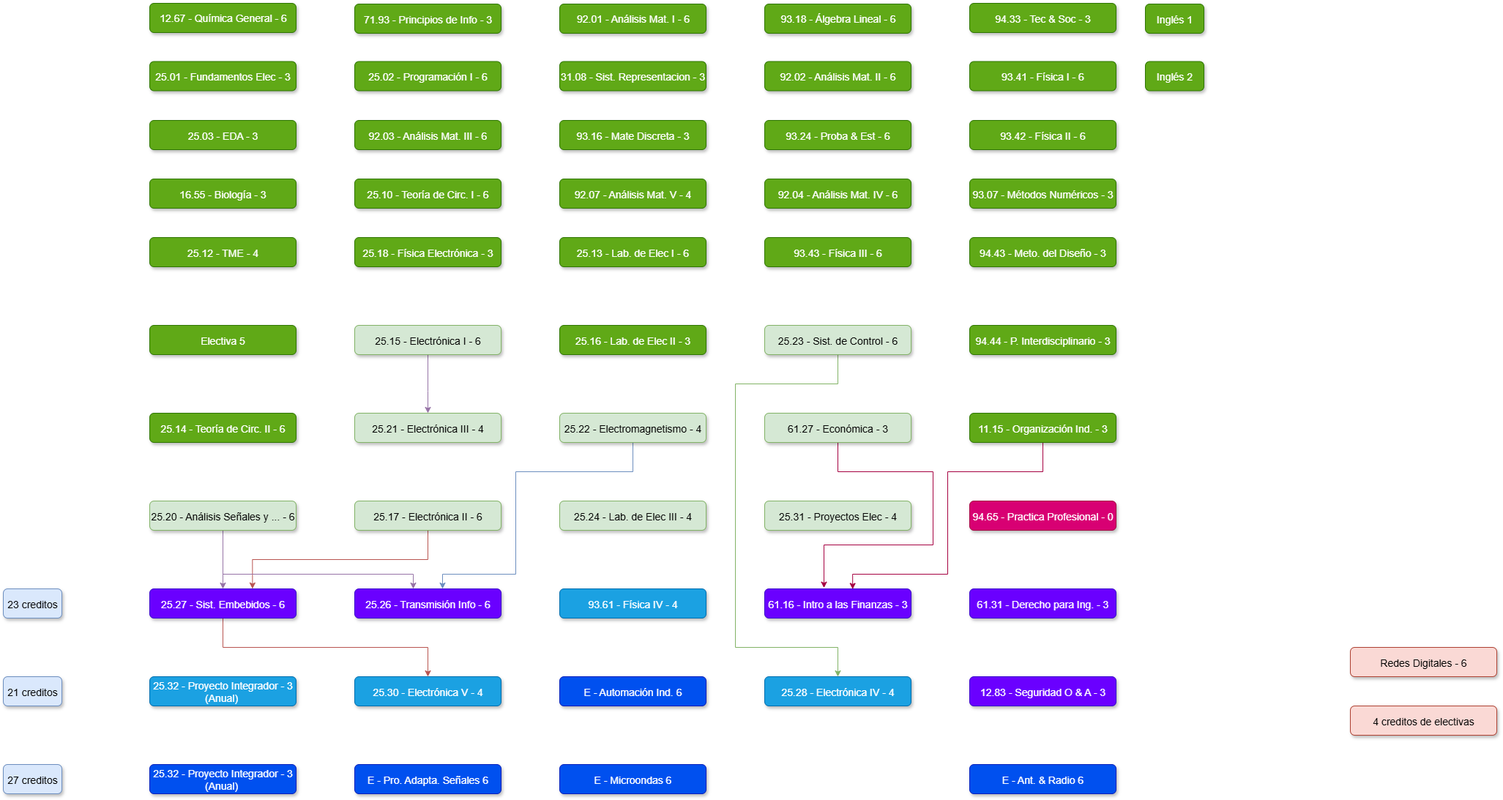
juanipla/K22 keeps this draw.io diagram as K22.drawio.png. Above is the earlier version. Source tidied: cells renumbered, new cells last; positions are measured from the earlier drawing's top-left corner, leaving out a move shared by most shapes.
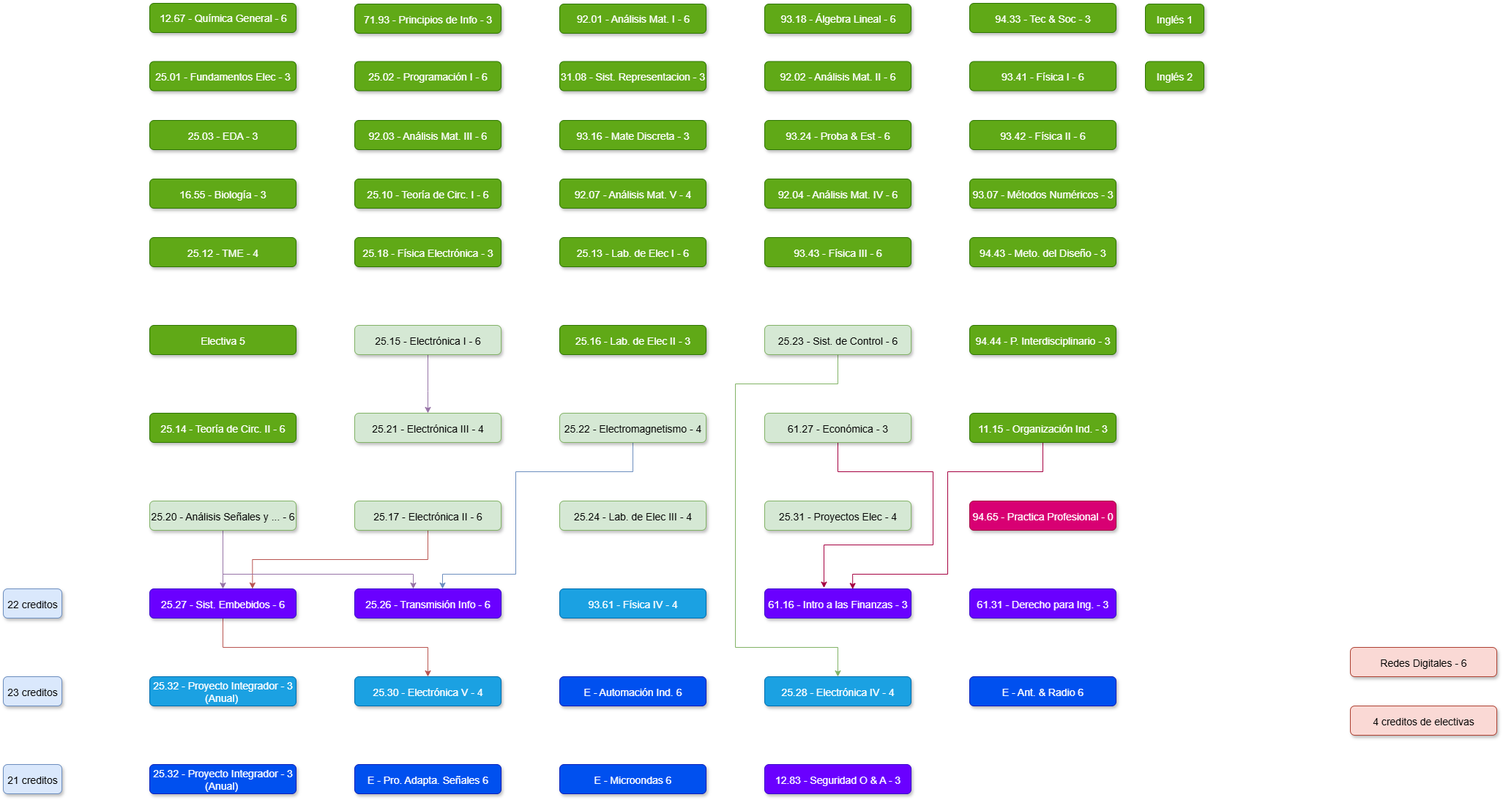
The same file after the commit.

Change to the diagram source:
```diff
@@ -178,7 +178,7 @@
       <mxGeometry x="1040" y="680" width="200" height="40" as="geometry" />
     </mxCell>
     <mxCell id="44" value="12.83 - Seguridad O &amp; A - 3" style="rounded=1;fillColor=#6a00ff;strokeColor=#3700CC;shadow=1;fontStyle=0;fontSize=14;fontColor=#ffffff;labelBorderColor=none;labelBackgroundColor=none;verticalAlign=middle;" parent="1" vertex="1">
-      <mxGeometry x="1320" y="920" width="200" height="40" as="geometry" />
+      <mxGeometry x="1040" y="1040" width="200" height="40" as="geometry" />
     </mxCell>
     <mxCell id="45" value="61.16 - Intro a las Finanzas - 3" style="rounded=1;fillColor=#6a00ff;strokeColor=#3700CC;shadow=1;fontStyle=0;fontSize=14;labelBorderColor=none;labelBackgroundColor=none;verticalAlign=middle;fontColor=#ffffff;" parent="1" vertex="1">
       <mxGeometry x="1040" y="800" width="200" height="40" as="geometry" />
@@ -241,18 +241,18 @@
       <mxGeometry x="1560" y="1" width="80" height="40" as="geometry" />
     </mxCell>
     <mxCell id="65" value="E - Ant. &amp; Radio 6" style="rounded=1;fillColor=#0050ef;strokeColor=#001DBC;shadow=1;fontStyle=0;fontSize=14;labelBorderColor=none;labelBackgroundColor=none;verticalAlign=middle;fontColor=#ffffff;" parent="1" vertex="1">
-      <mxGeometry x="1320" y="1040" width="200" height="40" as="geometry" />
+      <mxGeometry x="1320" y="920" width="200" height="40" as="geometry" />
     </mxCell>
     <mxCell id="66" value="E - Microondas 6" style="rounded=1;fillColor=#0050ef;strokeColor=#001DBC;shadow=1;fontStyle=0;fontSize=14;labelBorderColor=none;labelBackgroundColor=none;verticalAlign=middle;fontColor=#ffffff;" parent="1" vertex="1">
       <mxGeometry x="760" y="1040" width="200" height="40" as="geometry" />
     </mxCell>
-    <mxCell id="67" value="23 creditos" style="rounded=1;fillColor=#dae8fc;strokeColor=#6c8ebf;shadow=1;fontStyle=0;fontSize=14;labelBorderColor=none;labelBackgroundColor=none;verticalAlign=middle;" parent="1" vertex="1">
+    <mxCell id="67" value="22 creditos" style="rounded=1;fillColor=#dae8fc;strokeColor=#6c8ebf;shadow=1;fontStyle=0;fontSize=14;labelBorderColor=none;labelBackgroundColor=none;verticalAlign=middle;" parent="1" vertex="1">
       <mxGeometry y="800" width="80" height="40" as="geometry" />
     </mxCell>
-    <mxCell id="68" value="21 creditos" style="rounded=1;fillColor=#dae8fc;strokeColor=#6c8ebf;shadow=1;fontStyle=0;fontSize=14;labelBorderColor=none;labelBackgroundColor=none;verticalAlign=middle;" parent="1" vertex="1">
+    <mxCell id="68" value="23 creditos" style="rounded=1;fillColor=#dae8fc;strokeColor=#6c8ebf;shadow=1;fontStyle=0;fontSize=14;labelBorderColor=none;labelBackgroundColor=none;verticalAlign=middle;" parent="1" vertex="1">
       <mxGeometry y="920" width="80" height="40" as="geometry" />
     </mxCell>
-    <mxCell id="69" value="27 creditos" style="rounded=1;fillColor=#dae8fc;strokeColor=#6c8ebf;shadow=1;fontStyle=0;fontSize=14;labelBorderColor=none;labelBackgroundColor=none;verticalAlign=middle;" parent="1" vertex="1">
+    <mxCell id="69" value="21 creditos" style="rounded=1;fillColor=#dae8fc;strokeColor=#6c8ebf;shadow=1;fontStyle=0;fontSize=14;labelBorderColor=none;labelBackgroundColor=none;verticalAlign=middle;" parent="1" vertex="1">
       <mxGeometry y="1040" width="80" height="40" as="geometry" />
     </mxCell>
     <mxCell id="70" value="Redes Digitales - 6" style="rounded=1;fillColor=#fad9d5;strokeColor=#ae4132;shadow=1;fontStyle=0;fontSize=14;labelBorderColor=none;labelBackgroundColor=none;verticalAlign=middle;" parent="1" vertex="1">
```
